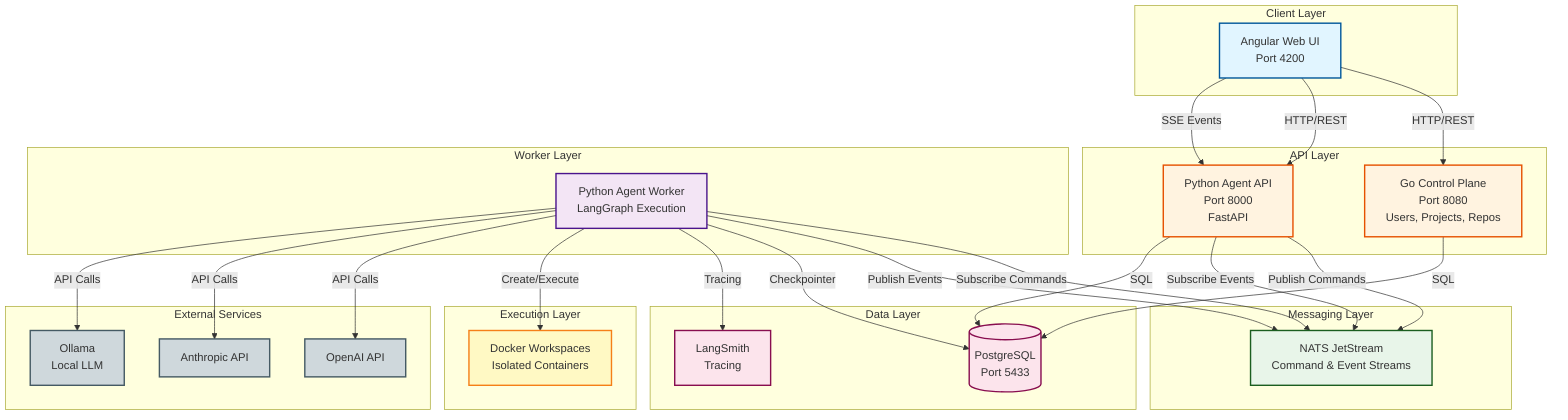
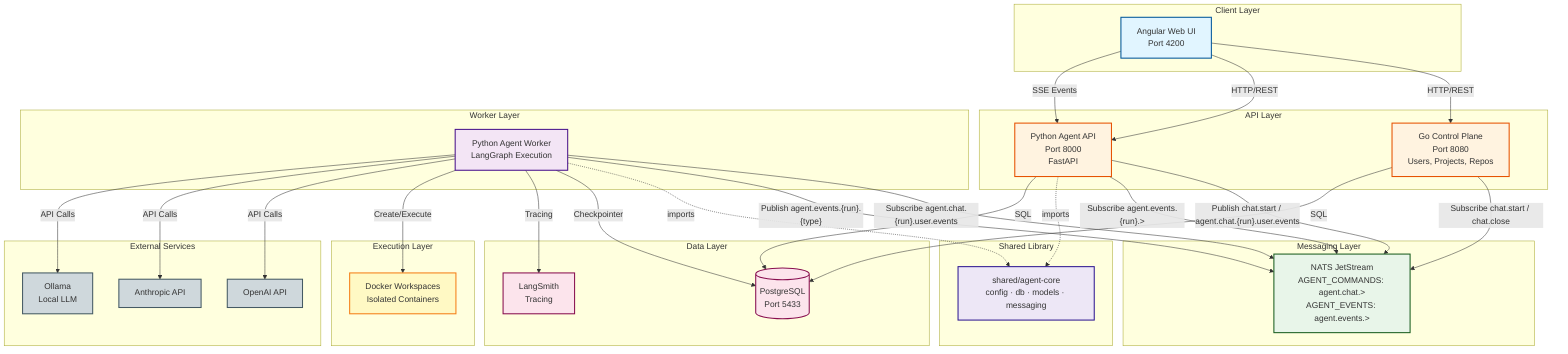
graph TB
    subgraph "Client Layer"
        WebUI[Angular Web UI<br/>Port 4200]
    end

    subgraph "API Layer"
        ControlPlane[Go Control Plane<br/>Port 8080<br/>Users, Projects, Repos]
        AgentAPI[Python Agent API<br/>Port 8000<br/>FastAPI]
    end

    subgraph "Worker Layer"
        AgentWorker[Python Agent Worker<br/>LangGraph Execution]
    end

+     subgraph "Shared Library"
+         AgentCore[shared/agent-core<br/>config · db · models · messaging]
+     end
+ 
    subgraph "Messaging Layer"
-         NATS[NATS JetStream<br/>Command & Event Streams]
+         NATS[NATS JetStream<br/>AGENT_COMMANDS: agent.chat.&gt;<br/>AGENT_EVENTS: agent.events.&gt;]
    end

    subgraph "Data Layer"
        PostgreSQL[(PostgreSQL<br/>Port 5433)]
        LangSmith[LangSmith<br/>Tracing]
    end

    subgraph "Execution Layer"
        DockerWorkspaces[Docker Workspaces<br/>Isolated Containers]
    end

    subgraph "External Services"
        OpenAI[OpenAI API]
        Anthropic[Anthropic API]
        Ollama[Ollama<br/>Local LLM]
    end

    %% Client to API connections
    WebUI -->|HTTP/REST| ControlPlane
    WebUI -->|HTTP/REST| AgentAPI
    WebUI -->|SSE Events| AgentAPI

    %% API to Worker via NATS
-     AgentAPI -->|Publish Commands| NATS
-     AgentWorker -->|Subscribe Commands| NATS
-     AgentWorker -->|Publish Events| NATS
-     AgentAPI -->|Subscribe Events| NATS
+     AgentAPI -->|"Publish chat.start / agent.chat.{run}.user.events"| NATS
+     AgentWorker -->|"Subscribe agent.chat.{run}.user.events"| NATS
+     AgentWorker -->|"Publish agent.events.{run}.{type}"| NATS
+     AgentAPI -->|"Subscribe agent.events.{run}.&gt;"| NATS
+     ControlPlane -->|"Subscribe chat.start / chat.close"| NATS
+ 
+     %% Shared library usage
+     AgentAPI -.->|imports| AgentCore
+     AgentWorker -.->|imports| AgentCore

    %% Database connections
    ControlPlane -->|SQL| PostgreSQL
    AgentAPI -->|SQL| PostgreSQL
    AgentWorker -->|Checkpointer| PostgreSQL

    %% LangSmith tracing
    AgentWorker -->|Tracing| LangSmith

    %% Workspace management
    AgentWorker -->|Create/Execute| DockerWorkspaces

    %% LLM provider connections
    AgentWorker -->|API Calls| OpenAI
    AgentWorker -->|API Calls| Anthropic
    AgentWorker -->|API Calls| Ollama

    %% Styling
    classDef client fill:#e1f5ff,stroke:#01579b,stroke-width:2px
    classDef api fill:#fff3e0,stroke:#e65100,stroke-width:2px
    classDef worker fill:#f3e5f5,stroke:#4a148c,stroke-width:2px
    classDef messaging fill:#e8f5e9,stroke:#1b5e20,stroke-width:2px
    classDef data fill:#fce4ec,stroke:#880e4f,stroke-width:2px
    classDef execution fill:#fff9c4,stroke:#f57f17,stroke-width:2px
    classDef external fill:#cfd8dc,stroke:#455a64,stroke-width:2px
+     classDef shared fill:#ede7f6,stroke:#311b92,stroke-width:2px

    class WebUI client
    class ControlPlane,AgentAPI api
    class AgentWorker worker
+     class AgentCore shared
    class NATS messaging
    class PostgreSQL,LangSmith data
    class DockerWorkspaces execution
    class OpenAI,Anthropic,Ollama external
